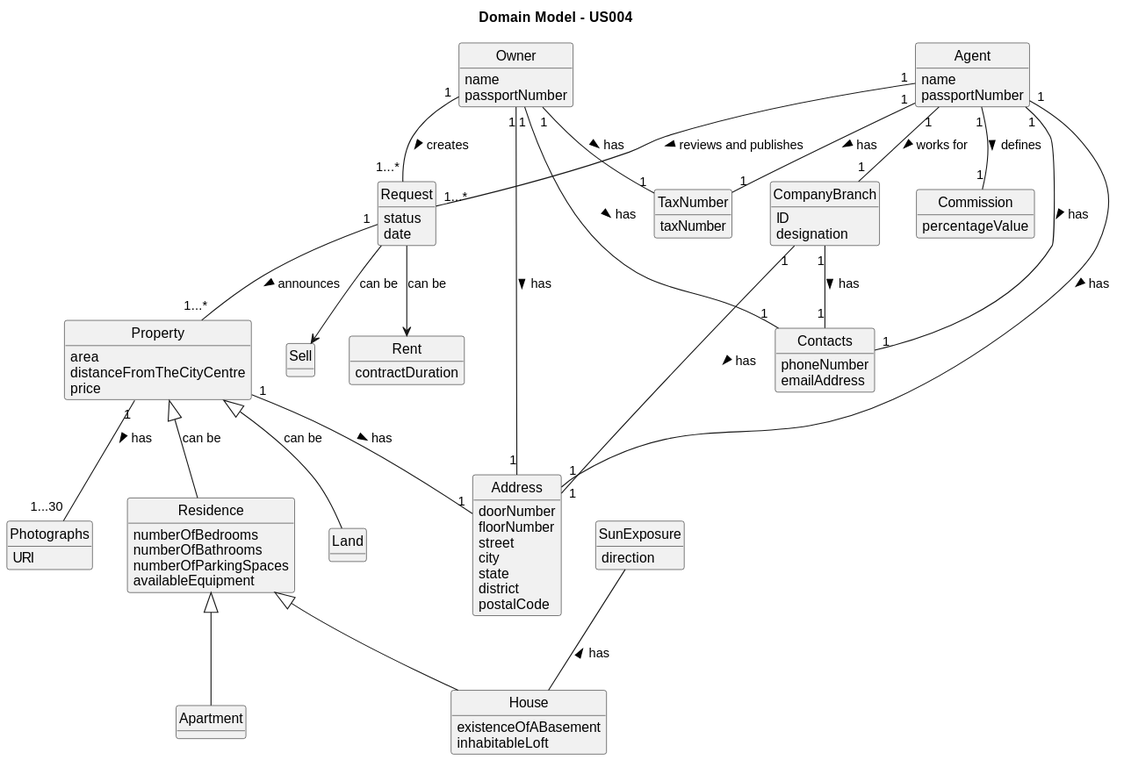
1220812/LAPR2 keeps this PlantUML diagram as docs/sprintB/us004/02.analysis/svg/us004-domain-model.svg. Above is the earlier version. The source it was exported from:
```plantuml
@startuml
skinparam monochrome true
skinparam packageStyle rectangle
skinparam shadowing false


skinparam classAttributeIconSize 0

hide circle
hide methods

title Domain Model - US004

class Owner{
name
passportNumber
}

class Agent{
name
passportNumber
}

class CompanyBranch{
ID
designation
}

class Contacts{
phoneNumber
emailAddress
}

class Address{
doorNumber
floorNumber
street
city
state
district
postalCode
}

class Request{
status
date
}

class Property{
area
distanceFromTheCityCentre
price
}

class Residence{
numberOfBedrooms
numberOfBathrooms
numberOfParkingSpaces
availableEquipment
}

class House{
existenceOfABasement
inhabitableLoft
}

class Land{
}

class Sell{
}

class Rent{
contractDuration
}

class Commission{
percentageValue
}

class Photographs{
URI
}

class TaxNumber{
taxNumber
}

class Apartment{
}
class SunExposure{
direction
}

Owner "1" -- "1" Address : has >
Owner "1" -- "1...*" Request : creates >
Owner "1" -- "1" TaxNumber : has >
Owner "1" -- "1" Contacts : has >

Agent "1" -- "1" Address : has >
Agent "1" -- "1...*" Request : reviews and publishes >
Agent "1" -- "1" TaxNumber : has >
Agent "1" -- "1" Contacts : has >
Agent "1" -- "1" Commission : defines >
Agent "1" -- "1" CompanyBranch : works for >

Property "1" -- "1" Address : has >
Property "1" -- "1...30" Photographs : has >
Property <|-- Residence : can be
Property <|-- Land : can be

CompanyBranch "1" -- "1" Address : has >
CompanyBranch "1" -- "1" Contacts : has >

Residence <|-- House
Residence <|-- Apartment

Request --> Sell : can be
Request --> Rent : can be
Request "1"--"1...*" Property : announces >

SunExposure -- House : has <
@enduml
```
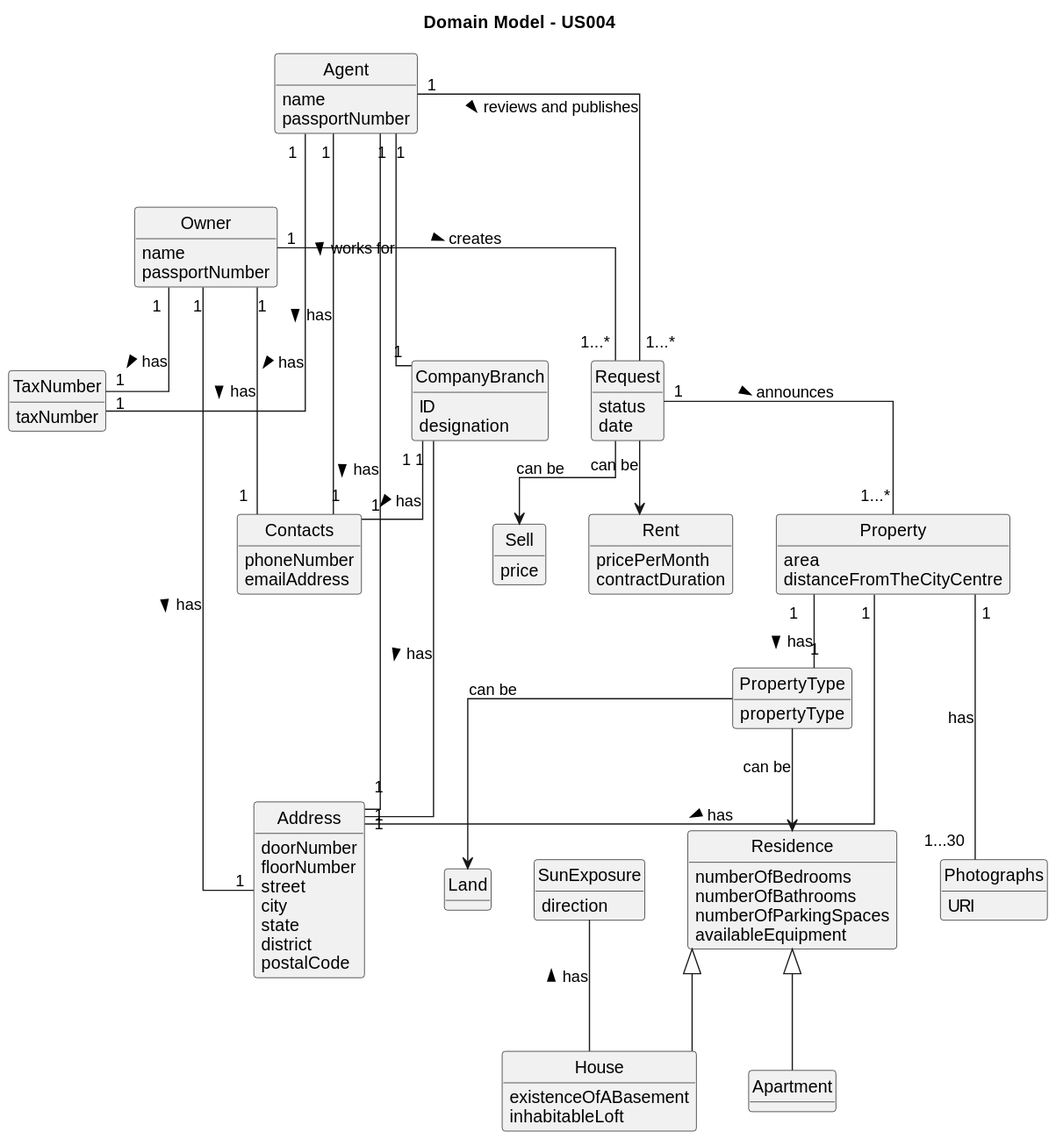
Above is the later version.

Commit message:
Sequence diagram almost done and some fixes in the domainModel  - US 004

Change to the diagram source:
```diff
@@ -1,5 +1,6 @@
 @startuml
 skinparam monochrome true
+skinparam linetype ortho
 skinparam packageStyle rectangle
 skinparam shadowing false
 
@@ -49,7 +50,6 @@
 class Property{
 area
 distanceFromTheCityCentre
-price
 }
 
 class Residence{
@@ -68,14 +68,12 @@
 }
 
 class Sell{
+price
 }
 
 class Rent{
+pricePerMonth
 contractDuration
-}
-
-class Commission{
-percentageValue
 }
 
 class Photographs{
@@ -88,28 +86,34 @@
 
 class Apartment{
 }
+
 class SunExposure{
 direction
 }
 
-Owner "1" -- "1" Address : has >
+class PropertyType{
+propertyType
+}
+
+Owner "1" --- "1" Address : has >
 Owner "1" -- "1...*" Request : creates >
 Owner "1" -- "1" TaxNumber : has >
 Owner "1" -- "1" Contacts : has >
 
-Agent "1" -- "1" Address : has >
-Agent "1" -- "1...*" Request : reviews and publishes >
-Agent "1" -- "1" TaxNumber : has >
-Agent "1" -- "1" Contacts : has >
-Agent "1" -- "1" Commission : defines >
-Agent "1" -- "1" CompanyBranch : works for >
+Agent "1" --- "1" Address : has >
+Agent "1" --- "1...*" Request : reviews and publishes >
+Agent "1" --- "1" TaxNumber : has >
+Agent "1" --- "1" Contacts : has >
+Agent "1" --- "1" CompanyBranch : works for >
 
-Property "1" -- "1" Address : has >
-Property "1" -- "1...30" Photographs : has >
-Property <|-- Residence : can be
-Property <|-- Land : can be
+Property "1" -- "1" PropertyType : has >
+Property "1" --- "1...30" Photographs : has
 
-CompanyBranch "1" -- "1" Address : has >
+Property "1" --- "1" Address : has >
+PropertyType --> Residence : can be
+PropertyType --> Land : can be
+
+CompanyBranch "1" --- "1" Address : has >
 CompanyBranch "1" -- "1" Contacts : has >
 
 Residence <|-- House
```
